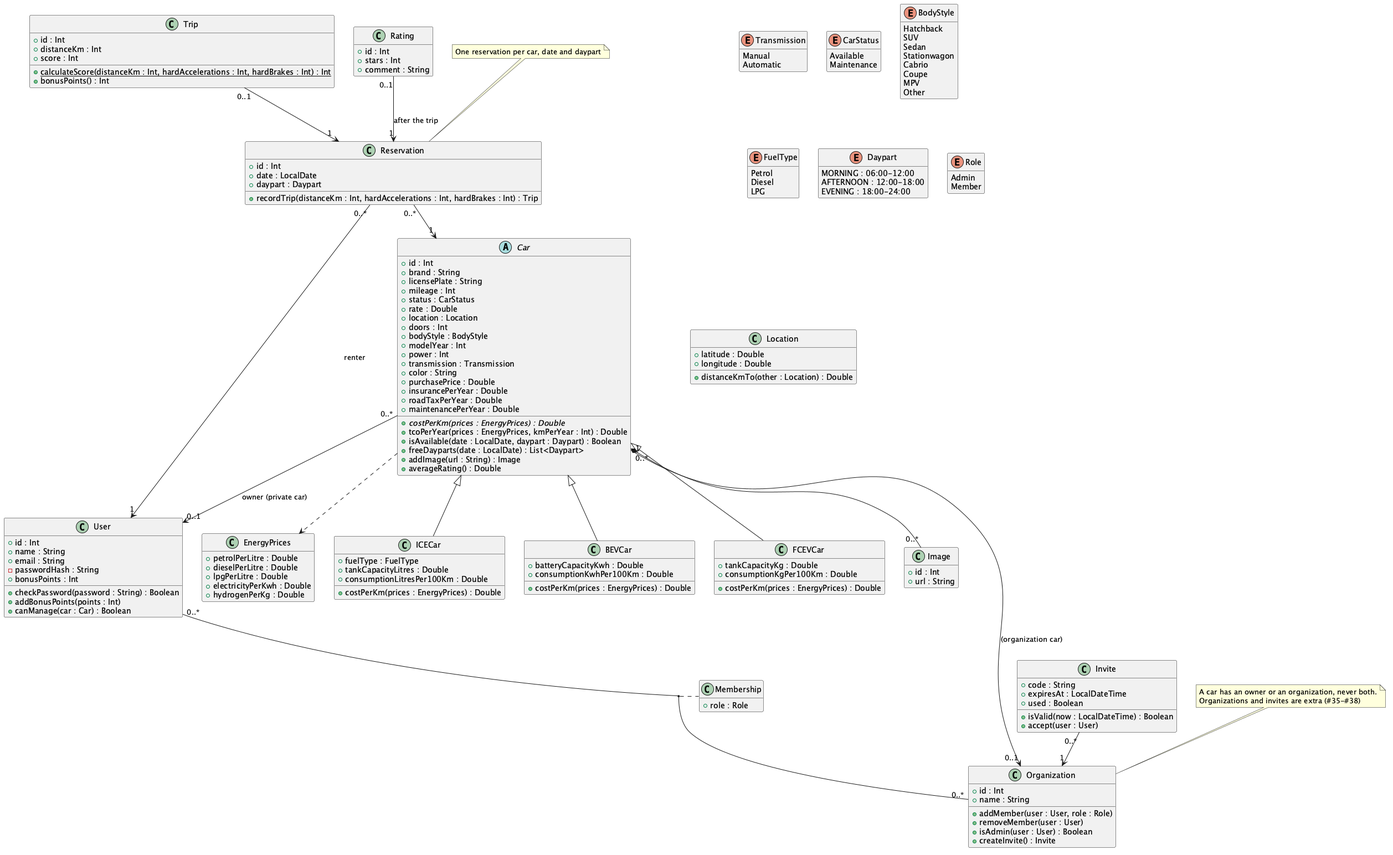
Earlier version of the PlantUML export docs/diagrams/domain-model.png (Rent-a-car-38291/rent-a-car).
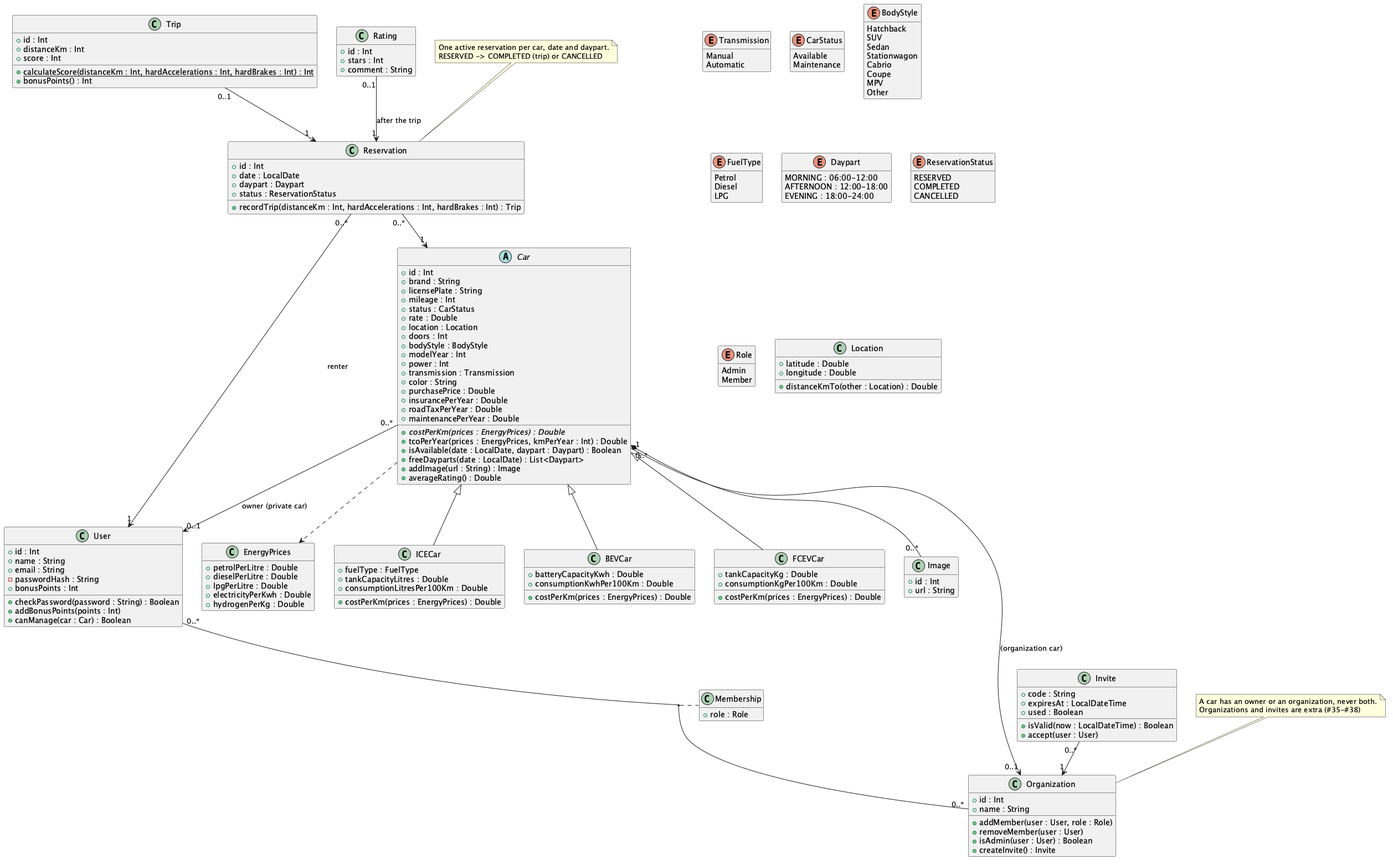
After the commit.

The edit, as a diff of the source:
```diff
@@ -32,6 +32,12 @@
   MORNING : 06:00-12:00
   AFTERNOON : 12:00-18:00
   EVENING : 18:00-24:00
+}
+
+enum ReservationStatus {
+  RESERVED
+  COMPLETED
+  CANCELLED
 }
 
 enum Role {
@@ -118,6 +124,7 @@
   + id : Int
   + date : LocalDate
   + daypart : Daypart
+  + status : ReservationStatus
   + recordTrip(distanceKm : Int, hardAccelerations : Int, hardBrakes : Int) : Trip
 }
 
@@ -172,7 +179,7 @@
 (User, Organization) .. Membership
 Invite "0..*" --> "1" Organization
 
-note "One reservation per car, date and daypart" as N1
+note "One active reservation per car, date and daypart.\nRESERVED -> COMPLETED (trip) or CANCELLED" as N1
 N1 .. Reservation
 note "A car has an owner or an organization, never both.\nOrganizations and invites are extra (#35-#38)" as N2
 N2 .. Organization
```
